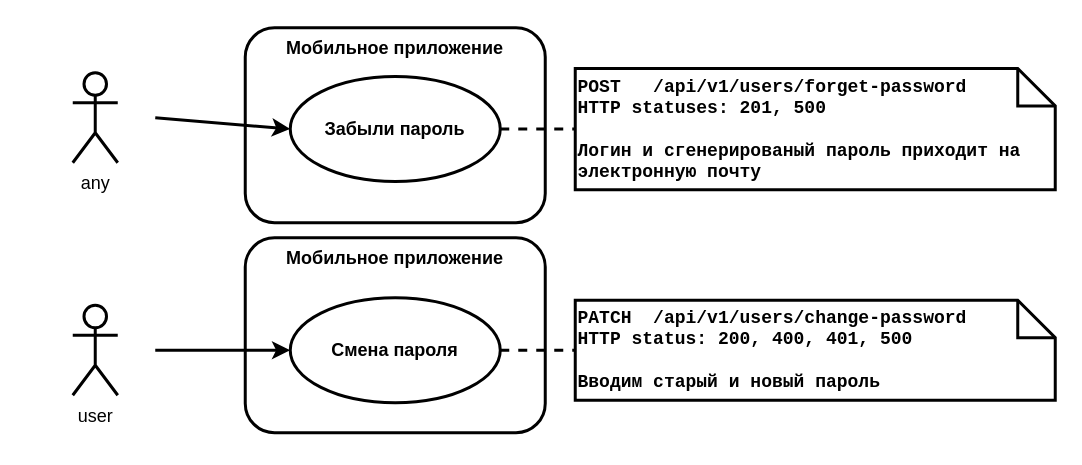
The draw.io diagram sources/images/UML/UML_precedent_change_password.drawio in Pavel-Innokentevich-Galanin/dp_report, before the edit. Source tidied: cells renumbered, new cells numbered last; positions are measured from the earlier drawing's top-left corner, leaving out a move shared by most shapes. Both pictures are drawn from the tidied source at 150%, with x=0, y=0 at pixel (34, 27).
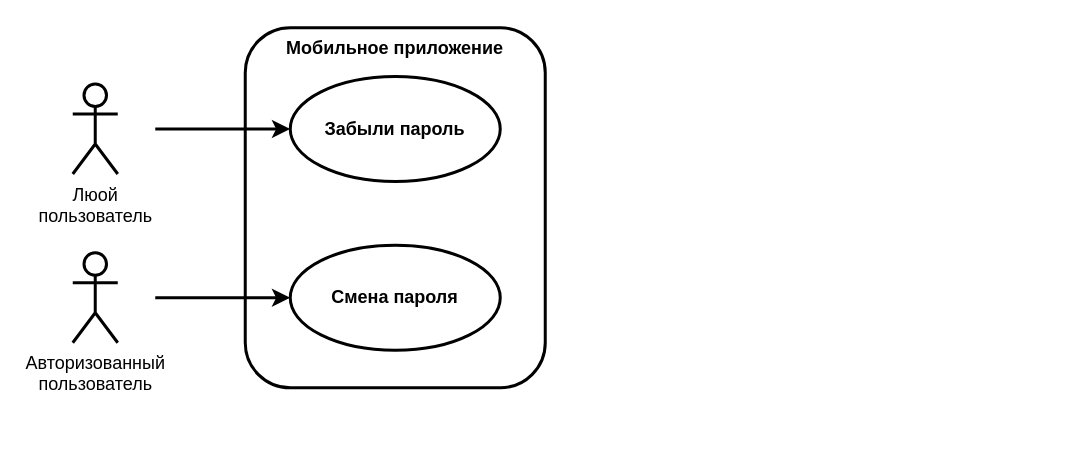
The same diagram, later.

Diff of the diagram source:
```diff
@@
 <mxGraphModel>
   <root>
     <mxCell id="0" />
     <mxCell id="1" parent="0" />
     <mxCell id="2" value="&amp;nbsp;" style="html=1;whiteSpace=wrap;fillColor=none;strokeColor=none;" parent="1" vertex="1">
-      <mxGeometry width="80" height="120" as="geometry" />
+      <mxGeometry y="7.5" width="80" height="120" as="geometry" />
     </mxCell>
-    <mxCell id="3" value="Мобильное приложение" style="html=1;whiteSpace=wrap;rounded=1;fontStyle=1;verticalAlign=top;strokeWidth=2;" parent="1" vertex="1">
-      <mxGeometry x="140" y="140" width="200" height="130" as="geometry" />
-    </mxCell>
     <mxCell id="4" value="Мобильное приложение" style="html=1;whiteSpace=wrap;rounded=1;fontStyle=1;verticalAlign=top;strokeWidth=2;" parent="1" vertex="1">
-      <mxGeometry x="140" width="200" height="130" as="geometry" />
+      <mxGeometry x="140" width="200" height="240" as="geometry" />
     </mxCell>
-    <mxCell id="5" value="any" style="shape=umlActor;verticalLabelPosition=bottom;verticalAlign=top;html=1;strokeWidth=2;" parent="1" vertex="1">
-      <mxGeometry x="25" y="30" width="30" height="60" as="geometry" />
+    <mxCell id="5" value="Люой&lt;br&gt;пользователь" style="shape=umlActor;verticalLabelPosition=bottom;verticalAlign=top;html=1;strokeWidth=2;" parent="1" vertex="1">
+      <mxGeometry x="25" y="37.5" width="30" height="60" as="geometry" />
     </mxCell>
-    <mxCell id="6" style="rounded=0;jettySize=auto;html=1;exitX=1;exitY=0.5;exitDx=0;exitDy=0;entryX=0;entryY=0.5;entryDx=0;entryDy=0;entryPerimeter=0;dashed=1;strokeWidth=2;endArrow=none;endFill=0;" parent="1" edge="1" source="7" target="10">
-      <mxGeometry relative="1" as="geometry" />
-    </mxCell>
     <mxCell id="7" value="Забыли пароль" style="ellipse;whiteSpace=wrap;html=1;strokeWidth=2;fontStyle=1;" parent="1" vertex="1">
       <mxGeometry x="170" y="32.5" width="140" height="70" as="geometry" />
     </mxCell>
-    <mxCell id="8" style="rounded=0;jettySize=auto;html=1;exitX=1;exitY=0.5;exitDx=0;exitDy=0;entryX=0;entryY=0.5;entryDx=0;entryDy=0;entryPerimeter=0;strokeWidth=2;endArrow=none;endFill=0;dashed=1;" parent="1" edge="1" source="9" target="11">
-      <mxGeometry relative="1" as="geometry" />
-    </mxCell>
     <mxCell id="9" value="Смена пароля" style="ellipse;whiteSpace=wrap;html=1;strokeWidth=2;fontStyle=1;" parent="1" vertex="1">
-      <mxGeometry x="170" y="180" width="140" height="70" as="geometry" />
+      <mxGeometry x="170" y="145" width="140" height="70" as="geometry" />
     </mxCell>
-    <mxCell id="10" value="POST&amp;nbsp; &amp;nbsp;/api/v1/users/forget-password&lt;br&gt;HTTP statuses: 201, 500&lt;br&gt;&lt;br&gt;Логин и сгенерированый пароль приходит на электронную почту" style="shape=note2;boundedLbl=1;whiteSpace=wrap;html=1;size=25;verticalAlign=middle;align=left;strokeWidth=2;fontStyle=1;fontFamily=Courier New;" parent="1" vertex="1">
-      <mxGeometry x="360" y="27.1" width="320" height="80.9" as="geometry" />
-    </mxCell>
-    <mxCell id="11" value="PATCH&amp;nbsp; /api/v1/users/change-password&lt;br&gt;HTTP status: 200, 400, 401, 500&lt;br&gt;&lt;br&gt;Вводим старый и новый пароль" style="shape=note2;boundedLbl=1;whiteSpace=wrap;html=1;size=25;verticalAlign=middle;align=left;strokeWidth=2;fontStyle=1;fontFamily=Courier New;" parent="1" vertex="1">
-      <mxGeometry x="360" y="181.6" width="320" height="66.8" as="geometry" />
-    </mxCell>
     <mxCell id="12" style="edgeStyle=orthogonalEdgeStyle;rounded=0;jettySize=auto;html=1;exitX=1;exitY=0.5;exitDx=0;exitDy=0;entryX=0;entryY=0.5;entryDx=0;entryDy=0;strokeWidth=2;" parent="1" edge="1" source="13" target="9">
       <mxGeometry relative="1" as="geometry" />
     </mxCell>
     <mxCell id="13" value="&amp;nbsp;" style="html=1;whiteSpace=wrap;fillColor=none;strokeColor=none;" parent="1" vertex="1">
-      <mxGeometry y="155" width="80" height="120" as="geometry" />
+      <mxGeometry y="120" width="80" height="120" as="geometry" />
     </mxCell>
-    <mxCell id="14" value="user" style="shape=umlActor;verticalLabelPosition=bottom;verticalAlign=top;html=1;strokeWidth=2;" parent="1" vertex="1">
-      <mxGeometry x="25" y="185" width="30" height="60" as="geometry" />
+    <mxCell id="14" value="Авторизованный&lt;br&gt;пользователь" style="shape=umlActor;verticalLabelPosition=bottom;verticalAlign=top;html=1;strokeWidth=2;" parent="1" vertex="1">
+      <mxGeometry x="25" y="150" width="30" height="60" as="geometry" />
     </mxCell>
     <mxCell id="15" style="rounded=0;jettySize=auto;html=1;exitX=1;exitY=0.5;exitDx=0;exitDy=0;entryX=0;entryY=0.5;entryDx=0;entryDy=0;strokeWidth=2;" parent="1" edge="1" source="2" target="7">
       <mxGeometry relative="1" as="geometry" />
     </mxCell>
   </root>
 </mxGraphModel>
```
